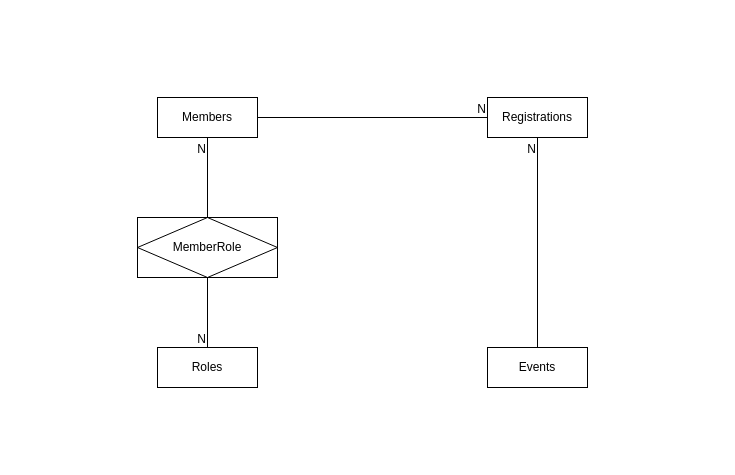
The draw.io diagram kelas teori/TugasAkhir.drawio in hasbisdqi/manajemen-basis-data, before the edit. Source tidied: cells renumbered, new cells numbered last; positions are measured from the earlier drawing's top-left corner, leaving out a move shared by most shapes. Both pictures are drawn from the tidied source at 100%, with x=0, y=0 at pixel (137, 97).
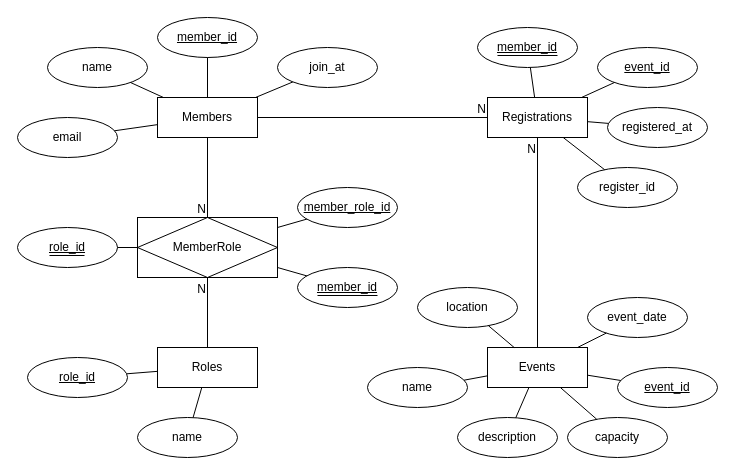
After the change.

Unchanged cells that the change refers to:
```xml
<mxCell id="2" value="Members" style="whiteSpace=wrap;html=1;align=center;" parent="1" vertex="1">
  <mxGeometry x="20" width="100" height="40" as="geometry" />
</mxCell>
<mxCell id="4" value="Registrations" style="whiteSpace=wrap;html=1;align=center;" parent="1" vertex="1">
  <mxGeometry x="350" width="100" height="40" as="geometry" />
</mxCell>
<mxCell id="5" value="Roles" style="whiteSpace=wrap;html=1;align=center;" parent="1" vertex="1">
  <mxGeometry x="20" y="250" width="100" height="40" as="geometry" />
</mxCell>
<mxCell id="6" value="MemberRole" style="shape=associativeEntity;whiteSpace=wrap;html=1;align=center;" parent="1" vertex="1">
  <mxGeometry y="120" width="140" height="60" as="geometry" />
</mxCell>
```

What changed in the source:
```diff
@@
-    <mxCell id="3" value="Events" style="whiteSpace=wrap;html=1;align=center;" parent="1" vertex="1">
-      <mxGeometry x="350" y="250" width="100" height="40" as="geometry" />
-    </mxCell>
@@
-    <mxCell id="11" style="endArrow=none;html=1;rounded=0;" parent="1" edge="1" source="6" target="5">
+    <mxCell id="11" style="endArrow=none;html=1;rounded=0;" parent="1" edge="1" source="2" target="6">
       <mxGeometry relative="1" as="geometry" />
     </mxCell>
@@
-    <mxCell id="13" style="endArrow=none;html=1;rounded=0;" parent="1" edge="1" source="6" target="2">
+    <mxCell id="13" style="endArrow=none;html=1;rounded=0;" parent="1" edge="1" source="5" target="6">
       <mxGeometry relative="1" as="geometry" />
     </mxCell>
@@
+    <mxCell id="15" value="&lt;u&gt;member_id&lt;/u&gt;" style="ellipse;whiteSpace=wrap;html=1;align=center;" parent="1" vertex="1">
+      <mxGeometry x="20" y="-80" width="100" height="40" as="geometry" />
+    </mxCell>
+    <mxCell id="16" value="name" style="ellipse;whiteSpace=wrap;html=1;align=center;" parent="1" vertex="1">
+      <mxGeometry x="-90" y="-50" width="100" height="40" as="geometry" />
+    </mxCell>
+    <mxCell id="17" value="email" style="ellipse;whiteSpace=wrap;html=1;align=center;" parent="1" vertex="1">
+      <mxGeometry x="-120" y="20" width="100" height="40" as="geometry" />
+    </mxCell>
+    <mxCell id="18" value="join_at" style="ellipse;whiteSpace=wrap;html=1;align=center;" parent="1" vertex="1">
+      <mxGeometry x="140" y="-50" width="100" height="40" as="geometry" />
+    </mxCell>
+    <mxCell id="19" value="&lt;u&gt;member_id&lt;/u&gt;" style="ellipse;whiteSpace=wrap;html=1;align=center;" parent="1" vertex="1">
+      <mxGeometry x="340" y="-70" width="100" height="40" as="geometry" />
+    </mxCell>
+    <mxCell id="20" value="&lt;u&gt;event_id&lt;/u&gt;" style="ellipse;whiteSpace=wrap;html=1;align=center;" parent="1" vertex="1">
+      <mxGeometry x="460" y="-50" width="100" height="40" as="geometry" />
+    </mxCell>
+    <mxCell id="21" value="registered_at" style="ellipse;whiteSpace=wrap;html=1;align=center;" parent="1" vertex="1">
+      <mxGeometry x="470" y="10" width="100" height="40" as="geometry" />
+    </mxCell>
+    <mxCell id="22" value="register_id" style="ellipse;whiteSpace=wrap;html=1;align=center;" parent="1" vertex="1">
+      <mxGeometry x="440" y="70" width="100" height="40" as="geometry" />
+    </mxCell>
+    <mxCell id="23" value="name" style="ellipse;whiteSpace=wrap;html=1;align=center;" parent="1" vertex="1">
+      <mxGeometry y="320" width="100" height="40" as="geometry" />
+    </mxCell>
+    <mxCell id="24" value="&lt;u&gt;role_id&lt;/u&gt;" style="ellipse;whiteSpace=wrap;html=1;align=center;" parent="1" vertex="1">
+      <mxGeometry x="-110" y="260" width="100" height="40" as="geometry" />
+    </mxCell>
+    <mxCell id="25" value="&lt;u&gt;member_id&lt;/u&gt;" style="ellipse;whiteSpace=wrap;html=1;align=center;" parent="1" vertex="1">
+      <mxGeometry x="160" y="170" width="100" height="40" as="geometry" />
+    </mxCell>
+    <mxCell id="26" value="&lt;u&gt;role_id&lt;/u&gt;" style="ellipse;whiteSpace=wrap;html=1;align=center;" parent="1" vertex="1">
+      <mxGeometry x="-120" y="130" width="100" height="40" as="geometry" />
+    </mxCell>
+    <mxCell id="27" value="&lt;u&gt;member_role_id&lt;/u&gt;" style="ellipse;whiteSpace=wrap;html=1;align=center;" parent="1" vertex="1">
+      <mxGeometry x="160" y="90" width="100" height="40" as="geometry" />
+    </mxCell>
+    <mxCell id="28" style="endArrow=none;html=1;rounded=0;" parent="1" edge="1" source="24" target="5">
+      <mxGeometry relative="1" as="geometry" />
+    </mxCell>
+    <mxCell id="29" style="endArrow=none;html=1;rounded=0;" parent="1" edge="1" source="23" target="5">
+      <mxGeometry relative="1" as="geometry" />
+    </mxCell>
+    <mxCell id="30" style="endArrow=none;html=1;rounded=0;" parent="1" edge="1" source="6" target="25">
+      <mxGeometry relative="1" as="geometry" />
+    </mxCell>
+    <mxCell id="31" style="endArrow=none;html=1;rounded=0;" parent="1" edge="1" source="6" target="27">
+      <mxGeometry relative="1" as="geometry" />
+    </mxCell>
+    <mxCell id="32" style="endArrow=none;html=1;rounded=0;" parent="1" edge="1" source="6" target="26">
+      <mxGeometry relative="1" as="geometry" />
+    </mxCell>
+    <mxCell id="33" style="endArrow=none;html=1;rounded=0;" parent="1" edge="1" source="2" target="17">
+      <mxGeometry relative="1" as="geometry" />
+    </mxCell>
+    <mxCell id="34" style="endArrow=none;html=1;rounded=0;" parent="1" edge="1" source="2" target="16">
+      <mxGeometry relative="1" as="geometry" />
+    </mxCell>
+    <mxCell id="35" style="endArrow=none;html=1;rounded=0;" parent="1" edge="1" source="2" target="15">
+      <mxGeometry relative="1" as="geometry" />
+    </mxCell>
+    <mxCell id="36" style="endArrow=none;html=1;rounded=0;" parent="1" edge="1" source="2" target="18">
+      <mxGeometry relative="1" as="geometry" />
+    </mxCell>
+    <mxCell id="37" style="endArrow=none;html=1;rounded=0;" parent="1" edge="1" source="4" target="19">
+      <mxGeometry relative="1" as="geometry" />
+    </mxCell>
+    <mxCell id="38" style="endArrow=none;html=1;rounded=0;" parent="1" edge="1" source="4" target="20">
+      <mxGeometry relative="1" as="geometry" />
+    </mxCell>
+    <mxCell id="39" style="endArrow=none;html=1;rounded=0;" parent="1" edge="1" source="4" target="21">
+      <mxGeometry relative="1" as="geometry" />
+    </mxCell>
+    <mxCell id="40" style="endArrow=none;html=1;rounded=0;" parent="1" edge="1" source="4" target="22">
+      <mxGeometry relative="1" as="geometry" />
+    </mxCell>
+    <mxCell id="41" style="group;" parent="1" vertex="1">
+      <mxGeometry x="230" y="190" width="350" height="170" as="geometry" />
+    </mxCell>
+    <mxCell id="3" value="Events" style="whiteSpace=wrap;html=1;align=center;" parent="41" vertex="1">
+      <mxGeometry x="120" y="60" width="100" height="40" as="geometry" />
+    </mxCell>
+    <mxCell id="42" value="&lt;u&gt;event_id&lt;/u&gt;" style="ellipse;whiteSpace=wrap;html=1;align=center;" parent="41" vertex="1">
+      <mxGeometry x="250" y="80" width="100" height="40" as="geometry" />
+    </mxCell>
+    <mxCell id="43" value="name" style="ellipse;whiteSpace=wrap;html=1;align=center;" parent="41" vertex="1">
+      <mxGeometry y="80" width="100" height="40" as="geometry" />
+    </mxCell>
+    <mxCell id="44" value="description" style="ellipse;whiteSpace=wrap;html=1;align=center;" parent="41" vertex="1">
+      <mxGeometry x="90" y="130" width="100" height="40" as="geometry" />
+    </mxCell>
+    <mxCell id="45" value="location" style="ellipse;whiteSpace=wrap;html=1;align=center;" parent="41" vertex="1">
+      <mxGeometry x="50" width="100" height="40" as="geometry" />
+    </mxCell>
+    <mxCell id="46" value="event_date" style="ellipse;whiteSpace=wrap;html=1;align=center;" parent="41" vertex="1">
+      <mxGeometry x="220" y="10" width="100" height="40" as="geometry" />
+    </mxCell>
+    <mxCell id="47" style="endArrow=none;html=1;rounded=0;" parent="41" edge="1" source="42" target="3">
+      <mxGeometry relative="1" as="geometry" />
+    </mxCell>
+    <mxCell id="48" style="endArrow=none;html=1;rounded=0;" parent="41" edge="1" source="43" target="3">
+      <mxGeometry relative="1" as="geometry" />
+    </mxCell>
+    <mxCell id="49" style="endArrow=none;html=1;rounded=0;" parent="41" edge="1" source="44" target="3">
+      <mxGeometry relative="1" as="geometry" />
+    </mxCell>
+    <mxCell id="50" style="endArrow=none;html=1;rounded=0;" parent="41" edge="1" source="45" target="3">
+      <mxGeometry relative="1" as="geometry" />
+    </mxCell>
+    <mxCell id="51" style="endArrow=none;html=1;rounded=0;" parent="41" edge="1" source="46" target="3">
+      <mxGeometry relative="1" as="geometry" />
+    </mxCell>
+    <mxCell id="52" value="capacity" style="ellipse;whiteSpace=wrap;html=1;align=center;" parent="41" vertex="1">
+      <mxGeometry x="200" y="130" width="100" height="40" as="geometry" />
+    </mxCell>
+    <mxCell id="53" style="endArrow=none;html=1;rounded=0;" parent="41" edge="1" source="52" target="3">
+      <mxGeometry relative="1" as="geometry" />
+    </mxCell>
+    <mxCell id="54" style="endArrow=none;html=1;rounded=0;" parent="1" edge="1">
+      <mxGeometry relative="1" as="geometry">
+        <mxPoint x="180" y="198" as="sourcePoint" />
+        <mxPoint x="240" y="198" as="targetPoint" />
+      </mxGeometry>
+    </mxCell>
+    <mxCell id="55" style="endArrow=none;html=1;rounded=0;" parent="1" edge="1">
+      <mxGeometry relative="1" as="geometry">
+        <mxPoint x="-88" y="158" as="sourcePoint" />
+        <mxPoint x="-53" y="158" as="targetPoint" />
+      </mxGeometry>
+    </mxCell>
+    <mxCell id="56" style="endArrow=none;html=1;rounded=0;" parent="1" edge="1">
+      <mxGeometry relative="1" as="geometry">
+        <mxPoint x="360" y="-42" as="sourcePoint" />
+        <mxPoint x="420" y="-42" as="targetPoint" />
+      </mxGeometry>
+    </mxCell>
```
